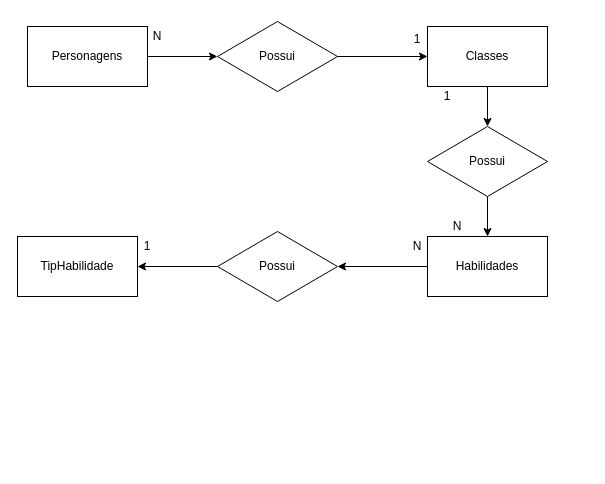
This is page "CONCEITUAL" (1 of 2) of ²Modelagem/ProjetoHroads(Conceitual e logico).drawio from Quatrochifh/ProjetoHROADS, a draw.io file, before an edit. Source tidied: cells renumbered, new cells numbered last; positions are measured from the earlier drawing's top-left corner, leaving out a move shared by most shapes. Both pictures are drawn from the tidied source at 100%, with x=0, y=0 at pixel (17, 21).
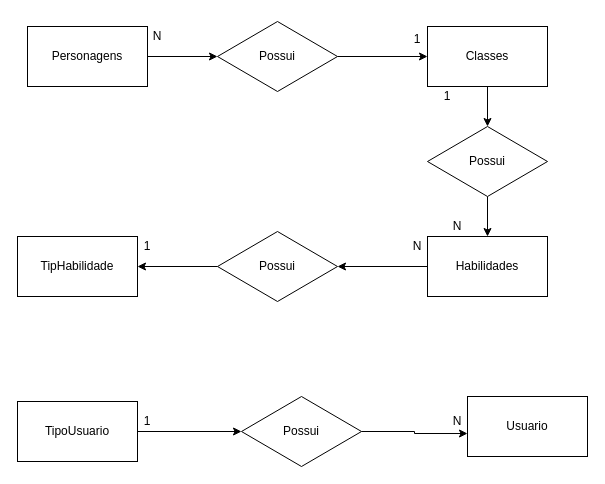
After the change.

What changed in the source:
```diff
@@
+    <mxCell id="28" style="rounded=0;whiteSpace=wrap;html=1;" parent="1" vertex="1">
+      <mxGeometry y="380" width="120" height="60" as="geometry" />
+    </mxCell>
+    <mxCell id="29" style="edgeStyle=orthogonalEdgeStyle;rounded=0;jettySize=auto;html=1;exitX=1;exitY=0.5;exitDx=0;exitDy=0;entryX=0;entryY=0.5;entryDx=0;entryDy=0;" parent="1" edge="1" source="28" target="36">
+      <mxGeometry relative="1" as="geometry" />
+    </mxCell>
+    <mxCell id="30" value="TipoUsuario" style="text;html=1;strokeColor=none;fillColor=none;align=center;verticalAlign=middle;whiteSpace=wrap;rounded=0;" parent="1" vertex="1">
+      <mxGeometry x="40" y="400" width="40" height="20" as="geometry" />
+    </mxCell>
+    <mxCell id="31" style="rounded=0;whiteSpace=wrap;html=1;" parent="1" vertex="1">
+      <mxGeometry x="450" y="375" width="120" height="60" as="geometry" />
+    </mxCell>
+    <mxCell id="32" value="Usuario" style="text;html=1;strokeColor=none;fillColor=none;align=center;verticalAlign=middle;whiteSpace=wrap;rounded=0;" parent="1" vertex="1">
+      <mxGeometry x="490" y="395" width="40" height="20" as="geometry" />
+    </mxCell>
+    <mxCell id="33" value="N" style="text;html=1;strokeColor=none;fillColor=none;align=center;verticalAlign=middle;whiteSpace=wrap;rounded=0;" parent="1" vertex="1">
+      <mxGeometry x="420" y="390" width="40" height="20" as="geometry" />
+    </mxCell>
+    <mxCell id="34" value="1" style="text;html=1;strokeColor=none;fillColor=none;align=center;verticalAlign=middle;whiteSpace=wrap;rounded=0;" parent="1" vertex="1">
+      <mxGeometry x="110" y="390" width="40" height="20" as="geometry" />
+    </mxCell>
+    <mxCell id="35" style="group;" parent="1" vertex="1">
+      <mxGeometry x="224" y="375" width="120" height="70" as="geometry" />
+    </mxCell>
+    <mxCell id="36" style="rhombus;whiteSpace=wrap;html=1;" parent="35" vertex="1">
+      <mxGeometry width="120" height="70" as="geometry" />
+    </mxCell>
+    <mxCell id="37" value="Possui" style="text;html=1;strokeColor=none;fillColor=none;align=center;verticalAlign=middle;whiteSpace=wrap;rounded=0;" parent="35" vertex="1">
+      <mxGeometry x="40" y="25" width="40" height="20" as="geometry" />
+    </mxCell>
+    <mxCell id="38" style="edgeStyle=orthogonalEdgeStyle;rounded=0;jettySize=auto;html=1;entryX=0;entryY=0.617;entryDx=0;entryDy=0;entryPerimeter=0;" parent="1" edge="1" source="36" target="31">
+      <mxGeometry relative="1" as="geometry" />
+    </mxCell>
```
